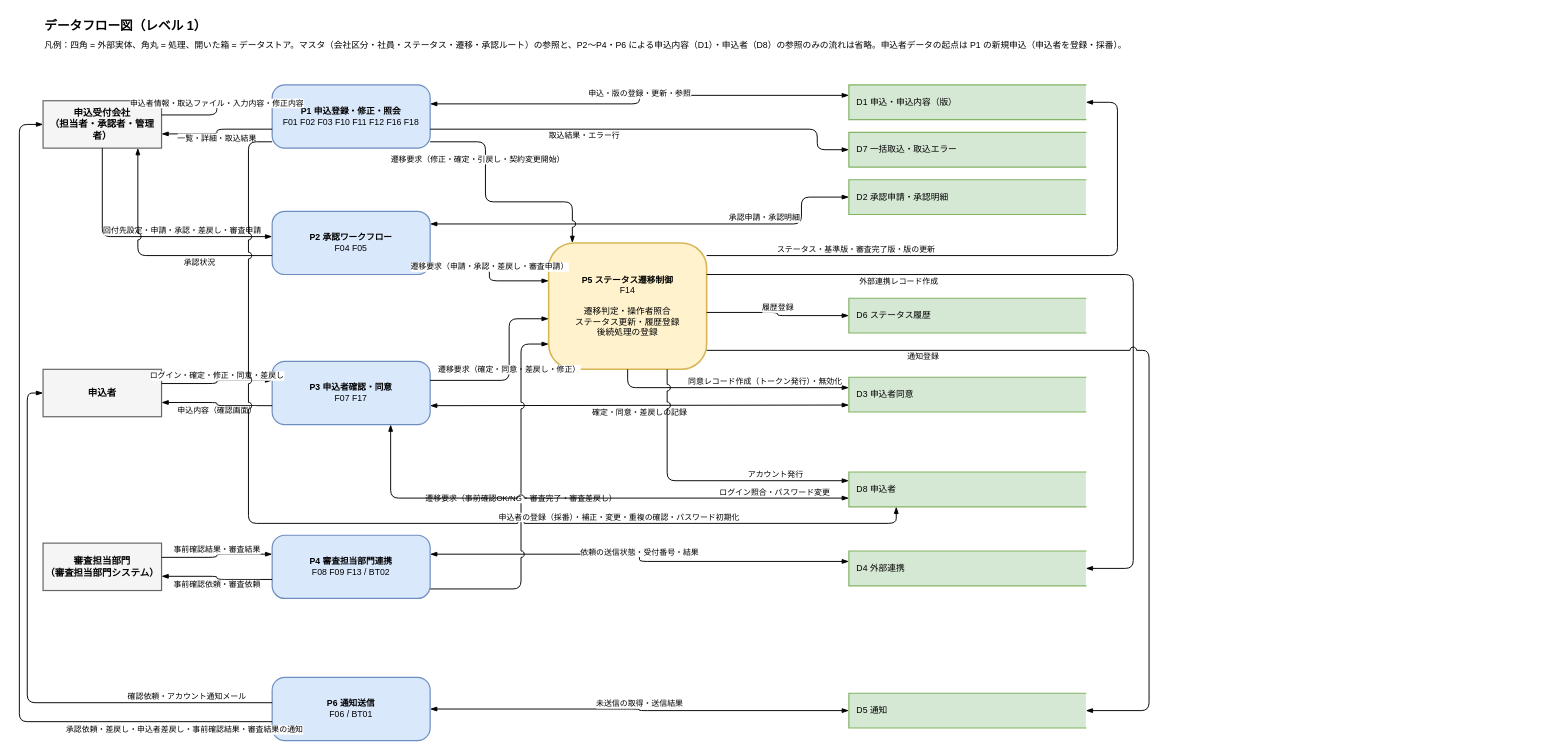
yasudaProduct/JavaServletSample2 keeps this draw.io diagram as docs/diagrams/dfd.drawio. Above is the earlier version. Source tidied: cells renumbered, new cells numbered last; positions are measured from the earlier drawing's top-left corner, leaving out a move shared by most shapes. Both pictures are drawn from the tidied source at 79%, with x=0, y=0 at pixel (19, 13).
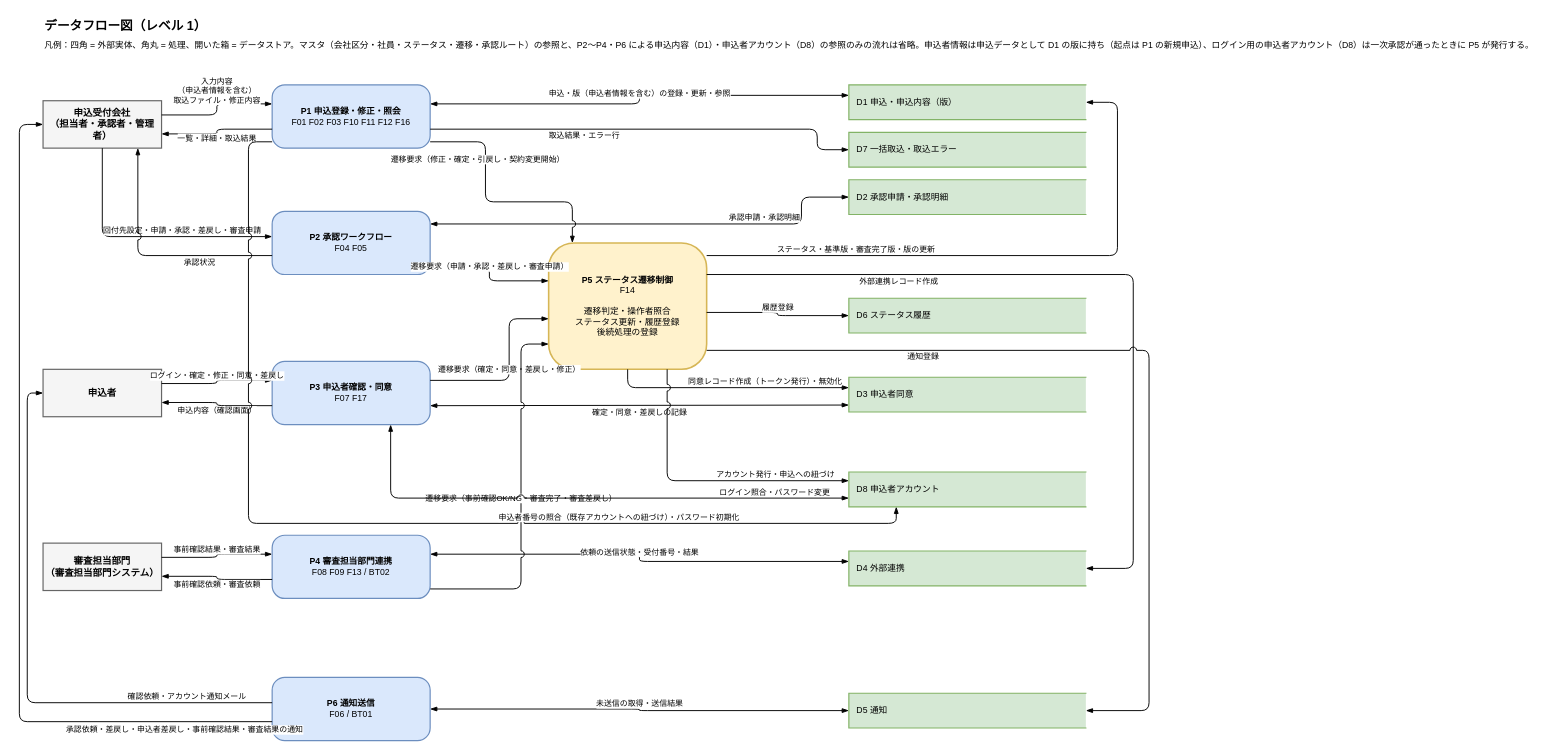
After the change.

Unchanged cells that the change refers to:
```xml
<mxCell id="4" value="申込受付会社&lt;br&gt;（担当者・承認者・管理者）" style="rounded=0;whiteSpace=wrap;html=1;fillColor=#f5f5f5;strokeColor=#666666;fontStyle=1;fontSize=12;strokeWidth=1.5;" parent="1" vertex="1">
  <mxGeometry x="30" y="110" width="150" height="60" as="geometry" />
</mxCell>
<mxCell id="12" value="&lt;b&gt;P5 ステータス遷移制御&lt;/b&gt;&lt;br&gt;F14&lt;br&gt;&lt;br&gt;遷移判定・操作者照合&lt;br&gt;ステータス更新・履歴登録&lt;br&gt;後続処理の登録" style="rounded=1;whiteSpace=wrap;html=1;fillColor=#fff2cc;strokeColor=#d6b656;fontSize=11;strokeWidth=2;arcSize=20;" parent="1" vertex="1">
  <mxGeometry x="670" y="290" width="200" height="160" as="geometry" />
</mxCell>
<mxCell id="13" value="D1 申込・申込内容（版）" style="shape=partialRectangle;whiteSpace=wrap;html=1;right=0;fillColor=#d5e8d4;strokeColor=#82b366;align=left;spacingLeft=8;fontSize=11;strokeWidth=1.5;" parent="1" vertex="1">
  <mxGeometry x="1050" y="90" width="300" height="44" as="geometry" />
</mxCell>
```

What changed in the source:
```diff
@@
-    <mxCell id="3" value="凡例：四角 = 外部実体、角丸 = 処理、開いた箱 = データストア。マスタ（会社区分・社員・ステータス・遷移・承認ルート）の参照と、P2〜P4・P6 による申込内容（D1）・申込者（D8）の参照のみの流れは省略。申込者データの起点は P1 の新規申込（申込者を登録・採番）。" style="text;html=1;align=left;verticalAlign=middle;fontSize=11;" parent="1" vertex="1">
+    <mxCell id="3" value="凡例：四角 = 外部実体、角丸 = 処理、開いた箱 = データストア。マスタ（会社区分・社員・ステータス・遷移・承認ルート）の参照と、P2〜P4・P6 による申込内容（D1）・申込者アカウント（D8）の参照のみの流れは省略。申込者情報は申込データとして D1 の版に持ち（起点は P1 の新規申込）、ログイン用の申込者アカウント（D8）は一次承認が通ったときに P5 が発行する。" style="text;html=1;align=left;verticalAlign=middle;fontSize=11;" parent="1" vertex="1">
       <mxGeometry x="30" y="30" width="1300" height="20" as="geometry" />
     </mxCell>
@@
-    <mxCell id="7" value="&lt;b&gt;P1 申込登録・修正・照会&lt;/b&gt;&lt;br&gt;F01 F02 F03 F10 F11 F12 F16 F18" style="rounded=1;whiteSpace=wrap;html=1;fillColor=#dae8fc;strokeColor=#6c8ebf;fontSize=11;strokeWidth=1.5;arcSize=20;" parent="1" vertex="1">
+    <mxCell id="7" value="&lt;b&gt;P1 申込登録・修正・照会&lt;/b&gt;&lt;br&gt;F01 F02 F03 F10 F11 F12 F16" style="rounded=1;whiteSpace=wrap;html=1;fillColor=#dae8fc;strokeColor=#6c8ebf;fontSize=11;strokeWidth=1.5;arcSize=20;" parent="1" vertex="1">
       <mxGeometry x="320" y="90" width="200" height="80" as="geometry" />
     </mxCell>
@@
-    <mxCell id="20" value="申込者情報・取込ファイル・入力内容・修正内容" style="edgeStyle=orthogonalEdgeStyle;rounded=1;html=1;fontSize=10;strokeWidth=1.2;endArrow=blockThin;endFill=1;labelBackgroundColor=#ffffff;jumpStyle=arc;jumpSize=8;exitX=1;exitY=0.3;exitDx=0;exitDy=0;entryX=0;entryY=0.3;entryDx=0;entryDy=0;" parent="1" edge="1" source="4" target="7">
+    <mxCell id="20" value="入力内容&lt;br&gt;（申込者情報を含む）&lt;br&gt;取込ファイル・修正内容" style="edgeStyle=orthogonalEdgeStyle;rounded=1;html=1;fontSize=10;strokeWidth=1.2;endArrow=blockThin;endFill=1;labelBackgroundColor=#ffffff;jumpStyle=arc;jumpSize=8;exitX=1;exitY=0.3;exitDx=0;exitDy=0;entryX=0;entryY=0.3;entryDx=0;entryDy=0;" parent="1" edge="1" source="4" target="7">
       <mxGeometry relative="1" as="geometry">
-        <mxPoint y="-8" as="offset" />
+        <mxPoint y="-24" as="offset" />
       </mxGeometry>
     </mxCell>
@@
-    <mxCell id="30" value="申込・版の登録・更新・参照" style="edgeStyle=orthogonalEdgeStyle;rounded=1;html=1;fontSize=10;strokeWidth=1.2;endArrow=blockThin;endFill=1;labelBackgroundColor=#ffffff;jumpStyle=arc;jumpSize=8;startArrow=blockThin;startFill=1;exitX=1;exitY=0.3;exitDx=0;exitDy=0;entryX=0;entryY=0.3;entryDx=0;entryDy=0;" parent="1" edge="1" source="7" target="13">
+    <mxCell id="30" value="申込・版（申込者情報を含む）の登録・更新・参照" style="edgeStyle=orthogonalEdgeStyle;rounded=1;html=1;fontSize=10;strokeWidth=1.2;endArrow=blockThin;endFill=1;labelBackgroundColor=#ffffff;jumpStyle=arc;jumpSize=8;startArrow=blockThin;startFill=1;exitX=1;exitY=0.3;exitDx=0;exitDy=0;entryX=0;entryY=0.3;entryDx=0;entryDy=0;" parent="1" edge="1" source="7" target="13">
       <mxGeometry relative="1" as="geometry">
         <mxPoint y="-8" as="offset" />
       </mxGeometry>
     </mxCell>
@@
-    <mxCell id="45" value="D8 申込者" style="shape=partialRectangle;whiteSpace=wrap;html=1;right=0;fillColor=#d5e8d4;strokeColor=#82b366;align=left;spacingLeft=8;fontSize=11;strokeWidth=1.5;" parent="1" vertex="1">
+    <mxCell id="45" value="D8 申込者アカウント" style="shape=partialRectangle;whiteSpace=wrap;html=1;right=0;fillColor=#d5e8d4;strokeColor=#82b366;align=left;spacingLeft=8;fontSize=11;strokeWidth=1.5;" parent="1" vertex="1">
       <mxGeometry x="1050" y="580" width="300" height="44" as="geometry" />
     </mxCell>
-    <mxCell id="46" value="申込者の登録（採番）・補正・変更・重複の確認・パスワード初期化" style="edgeStyle=orthogonalEdgeStyle;rounded=1;html=1;fontSize=10;strokeWidth=1.2;endArrow=blockThin;endFill=1;labelBackgroundColor=#ffffff;jumpStyle=arc;jumpSize=8;exitX=0;exitY=0.9;exitDx=0;exitDy=0;entryX=0.2;entryY=1;entryDx=0;entryDy=0;" parent="1" edge="1" source="7" target="45">
+    <mxCell id="46" value="申込者番号の照合（既存アカウントへの紐づけ）・パスワード初期化" style="edgeStyle=orthogonalEdgeStyle;rounded=1;html=1;fontSize=10;strokeWidth=1.2;endArrow=blockThin;endFill=1;labelBackgroundColor=#ffffff;jumpStyle=arc;jumpSize=8;exitX=0;exitY=0.9;exitDx=0;exitDy=0;entryX=0.2;entryY=1;entryDx=0;entryDy=0;" parent="1" edge="1" source="7" target="45">
       <mxGeometry x="0.45" relative="1" as="geometry">
         <Array as="points">
           <mxPoint x="290" y="162" />
           <mxPoint x="290" y="645" />
           <mxPoint x="1110" y="645" />
         </Array>
         <mxPoint y="-8" as="offset" />
       </mxGeometry>
     </mxCell>
@@
-    <mxCell id="48" value="アカウント発行" style="edgeStyle=orthogonalEdgeStyle;rounded=1;html=1;fontSize=10;strokeWidth=1.2;endArrow=blockThin;endFill=1;labelBackgroundColor=#ffffff;jumpStyle=arc;jumpSize=8;exitX=0.75;exitY=1;exitDx=0;exitDy=0;entryX=0;entryY=0.25;entryDx=0;entryDy=0;" parent="1" edge="1" source="12" target="45">
+    <mxCell id="48" value="アカウント発行・申込への紐づけ" style="edgeStyle=orthogonalEdgeStyle;rounded=1;html=1;fontSize=10;strokeWidth=1.2;endArrow=blockThin;endFill=1;labelBackgroundColor=#ffffff;jumpStyle=arc;jumpSize=8;exitX=0.75;exitY=1;exitDx=0;exitDy=0;entryX=0;entryY=0.25;entryDx=0;entryDy=0;" parent="1" edge="1" source="12" target="45">
       <mxGeometry x="0.5" relative="1" as="geometry">
         <Array as="points">
           <mxPoint x="820" y="591" />
         </Array>
         <mxPoint y="-8" as="offset" />
       </mxGeometry>
     </mxCell>
```
